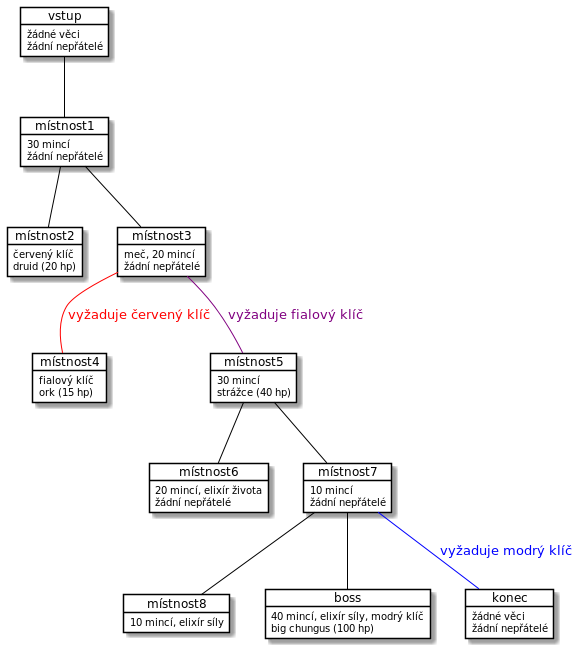
The PlantUML diagram docs/planek.png in jirkavrba/semestralni-prace-4it101, before a commit. The source it was exported from:
```plantuml
@startuml

skinparam object {
    BackgroundColor White
    ArrowColor Black
    BorderColor Black
}

object vstup {
    žádné věci
    žádní nepřátelé
}

object místnost1 {
    30 mincí
    žádní nepřátelé
}

object místnost2 {
    červený klíč
    druid (20 hp)
}

object místnost3 {
    meč, 20 mincí
    žádní nepřátelé
}

object  místnost4 {
    fialový klíč
    ork (15 hp)
}

object místnost5 {
    30 mincí
    strážce (40 hp)
}

object místnost6 {
    20 mincí, elixír života
    žádní nepřátelé
}

object místnost7 {
    10 mincí
    žádní nepřátelé
}

object místnost8 {
    10 mincí, elixír síly
}

object boss {
    40 mincí, elixír síly, modrý klíč
    big chungus (100 hp)
}

object konec {
    žádné věci
    žádní nepřátelé
}

vstup -- místnost1
místnost1 -- místnost2
místnost1 -- místnost3
místnost3 -- místnost4 #red;text:red : vyžaduje červený klíč
místnost3 -- místnost5 #purple;text:purple : vyžaduje fialový klíč
místnost5 -- místnost6
místnost5 -- místnost7
místnost7 -- místnost8
místnost7 -- boss
místnost7 -- konec #blue;text:blue : vyžaduje modrý klíč
@enduml
```
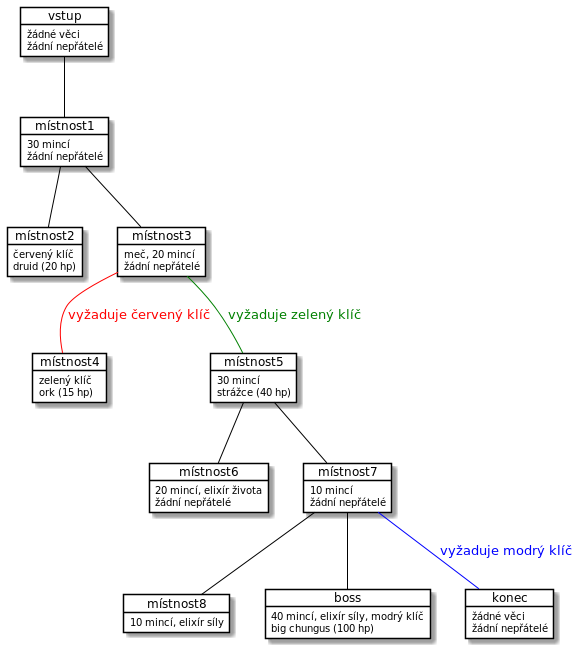
After the change.

Commit message:
Changed purple key to green key in map design

Diff of the diagram source:
```diff
@@ -27,7 +27,7 @@
 }
 
 object  místnost4 {
-    fialový klíč
+    zelený klíč
     ork (15 hp)
 }
 
@@ -64,7 +64,7 @@
 místnost1 -- místnost2
 místnost1 -- místnost3
 místnost3 -- místnost4 #red;text:red : vyžaduje červený klíč
-místnost3 -- místnost5 #purple;text:purple : vyžaduje fialový klíč
+místnost3 -- místnost5 #green;text:green : vyžaduje zelený klíč
 místnost5 -- místnost6
 místnost5 -- místnost7
 místnost7 -- místnost8
```
